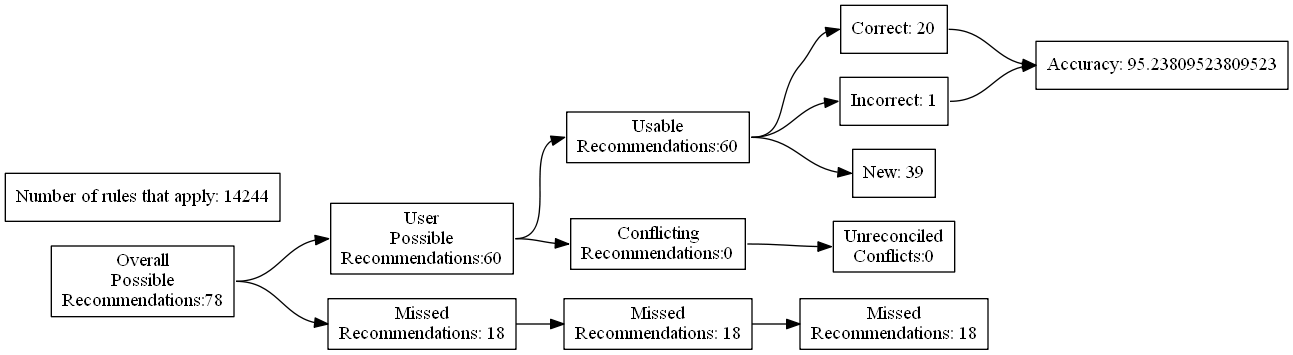
Earlier version of the Graphviz export test_renders/60.gv.png (ZaxR/ibd_diet_analysis). Its source is kept beside it as test_renders/60.gv.
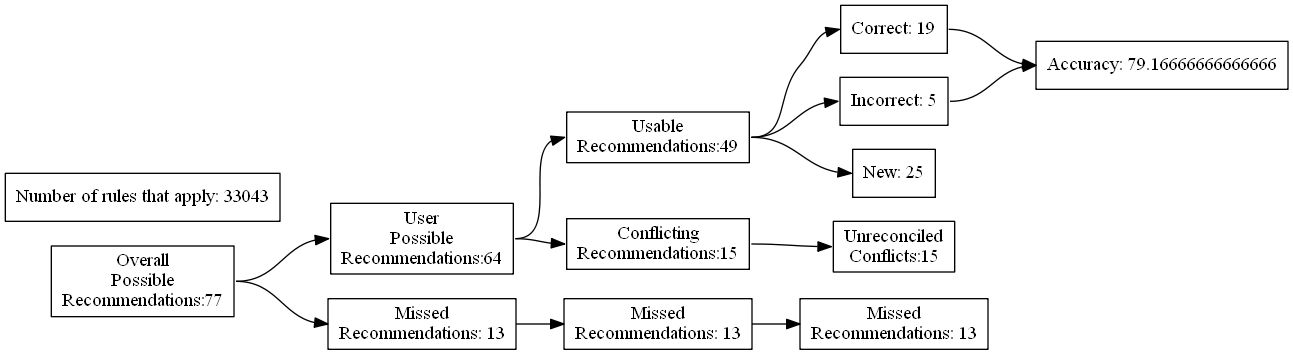
Later version of the same file.

Change to the diagram source:
```diff
@@ -4,27 +4,27 @@
 	edge [headport=w tailport=e]
 		A [label="Overall
 Possible
-Recommendations:78"]
+Recommendations:77"]
 		B [label="User
 Possible
-Recommendations:60"]
+Recommendations:64"]
 		C [label="Missed
-Recommendations: 18"]
+Recommendations: 13"]
 		D [label="Usable
-Recommendations:60"]
+Recommendations:49"]
 		E [label="Conflicting
-Recommendations:0"]
+Recommendations:15"]
 		J [label="Missed
-Recommendations: 18"]
+Recommendations: 13"]
 		M [label="Unreconciled
-Conflicts:0"]
-		F [label="Correct: 20"]
-		G [label="Incorrect: 1"]
-		H [label="New: 39"]
+Conflicts:15"]
+		F [label="Correct: 19"]
+		G [label="Incorrect: 5"]
+		H [label="New: 25"]
 		K [label="Missed
-Recommendations: 18"]
-		I [label="Accuracy: 95.23809523809523"]
-		l [label="Number of rules that apply: 14244"]
+Recommendations: 13"]
+		I [label="Accuracy: 79.16666666666666"]
+		l [label="Number of rules that apply: 33043"]
 			A -> B
 			A -> C
 			B -> D
```
